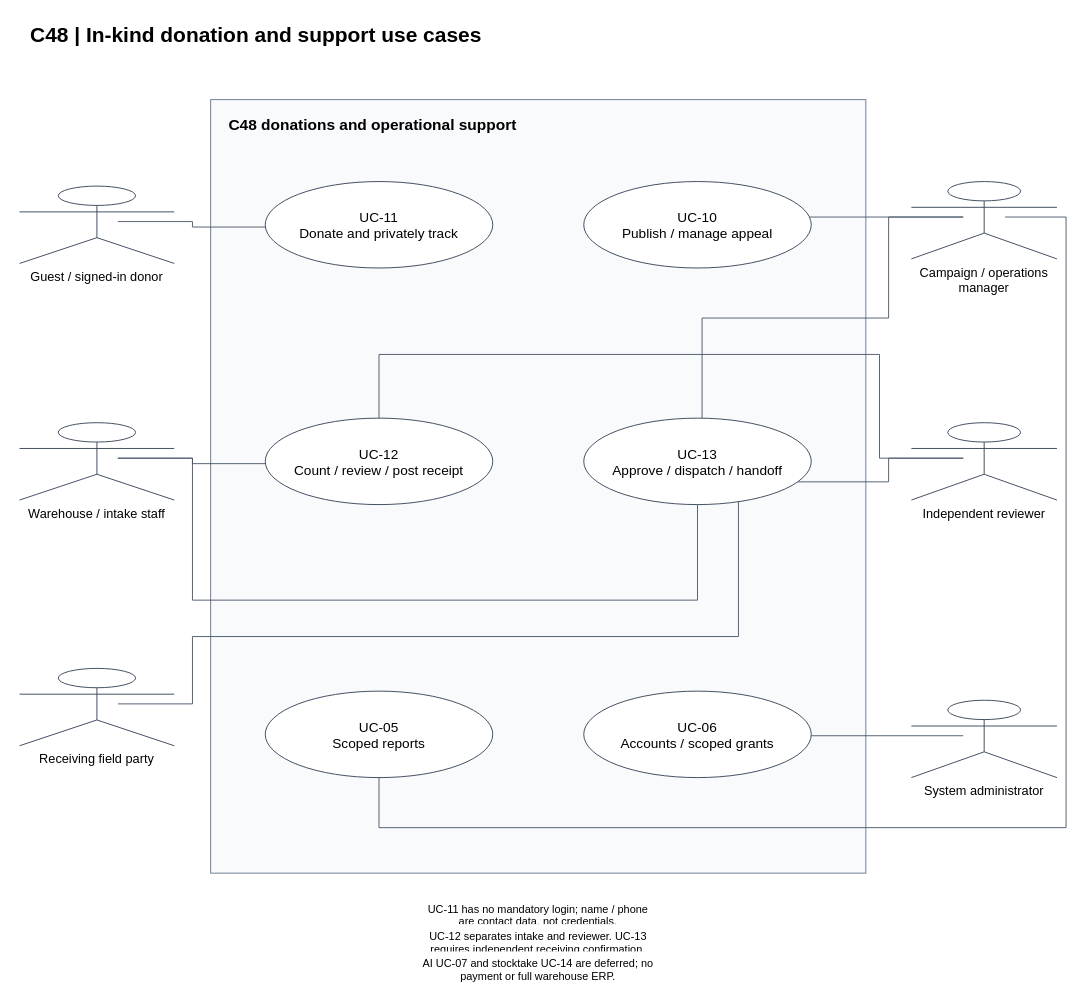
sangvirgo/disaster-relief-management keeps this draw.io diagram as docs/diagrams/c48-donation-use-cases.drawio. Above is the earlier version. Source tidied: cells renumbered, new cells numbered last; positions are measured from the earlier drawing's top-left corner, leaving out a move shared by most shapes. Both pictures are drawn from the tidied source at 91%, with x=0, y=0 at pixel (19, 15).
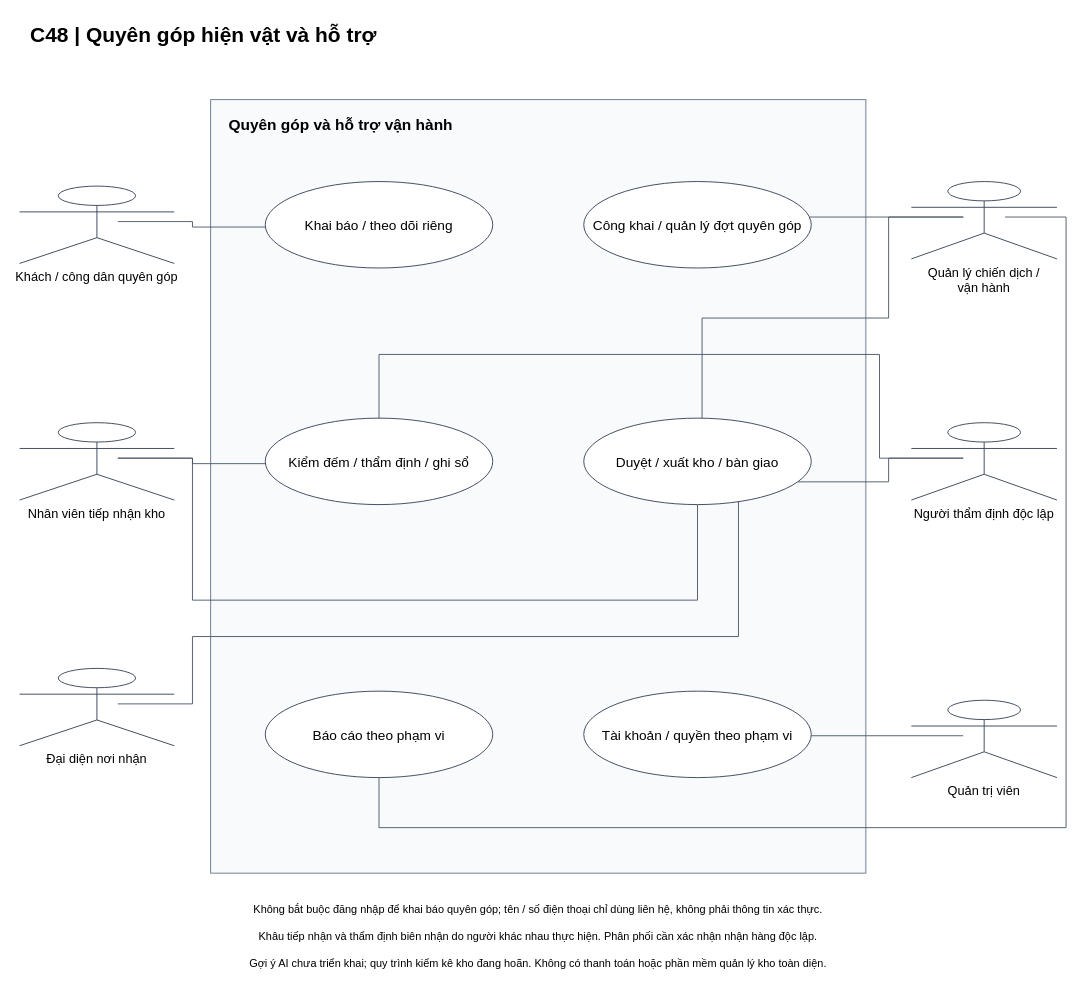
Above is the later version.

Diff of the diagram source:
```diff
@@
-    <mxCell id="2" value="C48 | In-kind donation and support use cases" style="text;html=0;fontSize=23;fontStyle=1;align=left;strokeColor=none;fillColor=none;" parent="1" vertex="1">
+    <mxCell id="2" value="C48 | Quyên góp hiện vật và hỗ trợ" style="text;html=0;fontSize=23;fontStyle=1;align=left;strokeColor=none;fillColor=none;" parent="1" vertex="1">
       <mxGeometry x="10" width="1120" height="45" as="geometry" />
     </mxCell>
-    <mxCell id="3" value="C48 donations and operational support" style="rounded=0;whiteSpace=wrap;html=0;verticalAlign=top;align=left;spacingLeft=18;spacingTop=12;fontStyle=1;fontSize=17;fillColor=#f8fafc;strokeColor=#64748b;" parent="1" vertex="1">
+    <mxCell id="3" value="Quyên góp và hỗ trợ vận hành" style="rounded=0;whiteSpace=wrap;html=0;verticalAlign=top;align=left;spacingLeft=18;spacingTop=12;fontStyle=1;fontSize=17;fillColor=#f8fafc;strokeColor=#64748b;" parent="1" vertex="1">
       <mxGeometry x="210" y="92" width="720" height="850" as="geometry" />
     </mxCell>
@@
-    <mxCell id="14" value="Guest / signed-in donor" style="shape=umlActor;verticalLabelPosition=bottom;verticalAlign=top;html=0;outlineConnect=0;fillColor=#ffffff;strokeColor=#334155;fontSize=14;" parent="1" vertex="1">
+    <mxCell id="14" value="Khách / công dân quyên góp" style="shape=umlActor;verticalLabelPosition=bottom;verticalAlign=top;html=0;outlineConnect=0;fillColor=#ffffff;strokeColor=#334155;fontSize=14;" parent="1" vertex="1">
       <mxGeometry y="187" width="170" height="85" as="geometry" />
     </mxCell>
-    <mxCell id="15" value="Campaign / operations&#10;manager" style="shape=umlActor;verticalLabelPosition=bottom;verticalAlign=top;html=0;outlineConnect=0;fillColor=#ffffff;strokeColor=#334155;fontSize=14;" parent="1" vertex="1">
+    <mxCell id="15" value="Quản lý chiến dịch /&#10;vận hành" style="shape=umlActor;verticalLabelPosition=bottom;verticalAlign=top;html=0;outlineConnect=0;fillColor=#ffffff;strokeColor=#334155;fontSize=14;" parent="1" vertex="1">
       <mxGeometry x="980" y="182" width="160" height="85" as="geometry" />
     </mxCell>
-    <mxCell id="16" value="Warehouse / intake staff" style="shape=umlActor;verticalLabelPosition=bottom;verticalAlign=top;html=0;outlineConnect=0;fillColor=#ffffff;strokeColor=#334155;fontSize=14;" parent="1" vertex="1">
+    <mxCell id="16" value="Nhân viên tiếp nhận kho" style="shape=umlActor;verticalLabelPosition=bottom;verticalAlign=top;html=0;outlineConnect=0;fillColor=#ffffff;strokeColor=#334155;fontSize=14;" parent="1" vertex="1">
       <mxGeometry y="447" width="170" height="85" as="geometry" />
     </mxCell>
-    <mxCell id="17" value="Independent reviewer" style="shape=umlActor;verticalLabelPosition=bottom;verticalAlign=top;html=0;outlineConnect=0;fillColor=#ffffff;strokeColor=#334155;fontSize=14;" parent="1" vertex="1">
+    <mxCell id="17" value="Người thẩm định độc lập" style="shape=umlActor;verticalLabelPosition=bottom;verticalAlign=top;html=0;outlineConnect=0;fillColor=#ffffff;strokeColor=#334155;fontSize=14;" parent="1" vertex="1">
       <mxGeometry x="980" y="447" width="160" height="85" as="geometry" />
     </mxCell>
-    <mxCell id="18" value="Receiving field party" style="shape=umlActor;verticalLabelPosition=bottom;verticalAlign=top;html=0;outlineConnect=0;fillColor=#ffffff;strokeColor=#334155;fontSize=14;" parent="1" vertex="1">
+    <mxCell id="18" value="Đại diện nơi nhận" style="shape=umlActor;verticalLabelPosition=bottom;verticalAlign=top;html=0;outlineConnect=0;fillColor=#ffffff;strokeColor=#334155;fontSize=14;" parent="1" vertex="1">
       <mxGeometry y="717" width="170" height="85" as="geometry" />
     </mxCell>
-    <mxCell id="19" value="System administrator" style="shape=umlActor;verticalLabelPosition=bottom;verticalAlign=top;html=0;outlineConnect=0;fillColor=#ffffff;strokeColor=#334155;fontSize=14;" parent="1" vertex="1">
+    <mxCell id="19" value="Quản trị viên" style="shape=umlActor;verticalLabelPosition=bottom;verticalAlign=top;html=0;outlineConnect=0;fillColor=#ffffff;strokeColor=#334155;fontSize=14;" parent="1" vertex="1">
       <mxGeometry x="980" y="752" width="160" height="85" as="geometry" />
     </mxCell>
-    <mxCell id="20" value="UC-11&#10;Donate and privately track" style="ellipse;whiteSpace=wrap;html=0;fontSize=15;fillColor=#ffffff;strokeColor=#334155;" parent="1" vertex="1">
+    <mxCell id="20" value="Khai báo / theo dõi riêng" style="ellipse;whiteSpace=wrap;html=0;fontSize=15;fillColor=#ffffff;strokeColor=#334155;" parent="1" vertex="1">
       <mxGeometry x="270" y="182" width="250" height="95" as="geometry" />
     </mxCell>
-    <mxCell id="21" value="UC-10&#10;Publish / manage appeal" style="ellipse;whiteSpace=wrap;html=0;fontSize=15;fillColor=#ffffff;strokeColor=#334155;" parent="1" vertex="1">
+    <mxCell id="21" value="Công khai / quản lý đợt quyên góp" style="ellipse;whiteSpace=wrap;html=0;fontSize=15;fillColor=#ffffff;strokeColor=#334155;" parent="1" vertex="1">
       <mxGeometry x="620" y="182" width="250" height="95" as="geometry" />
     </mxCell>
-    <mxCell id="22" value="UC-12&#10;Count / review / post receipt" style="ellipse;whiteSpace=wrap;html=0;fontSize=15;fillColor=#ffffff;strokeColor=#334155;" parent="1" vertex="1">
+    <mxCell id="22" value="Kiểm đếm / thẩm định / ghi sổ" style="ellipse;whiteSpace=wrap;html=0;fontSize=15;fillColor=#ffffff;strokeColor=#334155;" parent="1" vertex="1">
       <mxGeometry x="270" y="442" width="250" height="95" as="geometry" />
     </mxCell>
-    <mxCell id="23" value="UC-13&#10;Approve / dispatch / handoff" style="ellipse;whiteSpace=wrap;html=0;fontSize=15;fillColor=#ffffff;strokeColor=#334155;" parent="1" vertex="1">
+    <mxCell id="23" value="Duyệt / xuất kho / bàn giao" style="ellipse;whiteSpace=wrap;html=0;fontSize=15;fillColor=#ffffff;strokeColor=#334155;" parent="1" vertex="1">
       <mxGeometry x="620" y="442" width="250" height="95" as="geometry" />
     </mxCell>
-    <mxCell id="24" value="UC-05&#10;Scoped reports" style="ellipse;whiteSpace=wrap;html=0;fontSize=15;fillColor=#ffffff;strokeColor=#334155;" parent="1" vertex="1">
+    <mxCell id="24" value="Báo cáo theo phạm vi" style="ellipse;whiteSpace=wrap;html=0;fontSize=15;fillColor=#ffffff;strokeColor=#334155;" parent="1" vertex="1">
       <mxGeometry x="270" y="742" width="250" height="95" as="geometry" />
     </mxCell>
-    <mxCell id="25" value="UC-06&#10;Accounts / scoped grants" style="ellipse;whiteSpace=wrap;html=0;fontSize=15;fillColor=#ffffff;strokeColor=#334155;" parent="1" vertex="1">
+    <mxCell id="25" value="Tài khoản / quyền theo phạm vi" style="ellipse;whiteSpace=wrap;html=0;fontSize=15;fillColor=#ffffff;strokeColor=#334155;" parent="1" vertex="1">
       <mxGeometry x="620" y="742" width="250" height="95" as="geometry" />
     </mxCell>
-    <mxCell id="26" value="UC-11 has no mandatory login; name / phone are contact data, not credentials." style="text;html=0;whiteSpace=wrap;strokeColor=none;fillColor=#ffffff;align=center;fontSize=12;" parent="1" vertex="1">
-      <mxGeometry x="440" y="968" width="260" height="24" as="geometry" />
+    <mxCell id="26" value="Không bắt buộc đăng nhập để khai báo quyên góp; tên / số điện thoại chỉ dùng liên hệ, không phải thông tin xác thực." style="text;html=0;whiteSpace=wrap;strokeColor=none;fillColor=#ffffff;align=center;fontSize=12;" parent="1" vertex="1">
+      <mxGeometry x="210" y="968" width="720" height="28" as="geometry" />
     </mxCell>
-    <mxCell id="27" value="UC-12 separates intake and reviewer. UC-13 requires independent receiving confirmation." style="text;html=0;whiteSpace=wrap;strokeColor=none;fillColor=#ffffff;align=center;fontSize=12;" parent="1" vertex="1">
-      <mxGeometry x="440" y="998" width="260" height="24" as="geometry" />
+    <mxCell id="27" value="Khâu tiếp nhận và thẩm định biên nhận do người khác nhau thực hiện. Phân phối cần xác nhận nhận hàng độc lập." style="text;html=0;whiteSpace=wrap;strokeColor=none;fillColor=#ffffff;align=center;fontSize=12;" parent="1" vertex="1">
+      <mxGeometry x="210" y="998" width="720" height="28" as="geometry" />
     </mxCell>
-    <mxCell id="28" value="AI UC-07 and stocktake UC-14 are deferred; no payment or full warehouse ERP." style="text;html=0;whiteSpace=wrap;strokeColor=none;fillColor=#ffffff;align=center;fontSize=12;" parent="1" vertex="1">
-      <mxGeometry x="440" y="1028" width="260" height="24" as="geometry" />
+    <mxCell id="28" value="Gợi ý AI chưa triển khai; quy trình kiểm kê kho đang hoãn. Không có thanh toán hoặc phần mềm quản lý kho toàn diện." style="text;html=0;whiteSpace=wrap;strokeColor=none;fillColor=#ffffff;align=center;fontSize=12;" parent="1" vertex="1">
+      <mxGeometry x="210" y="1028" width="720" height="28" as="geometry" />
     </mxCell>
```
